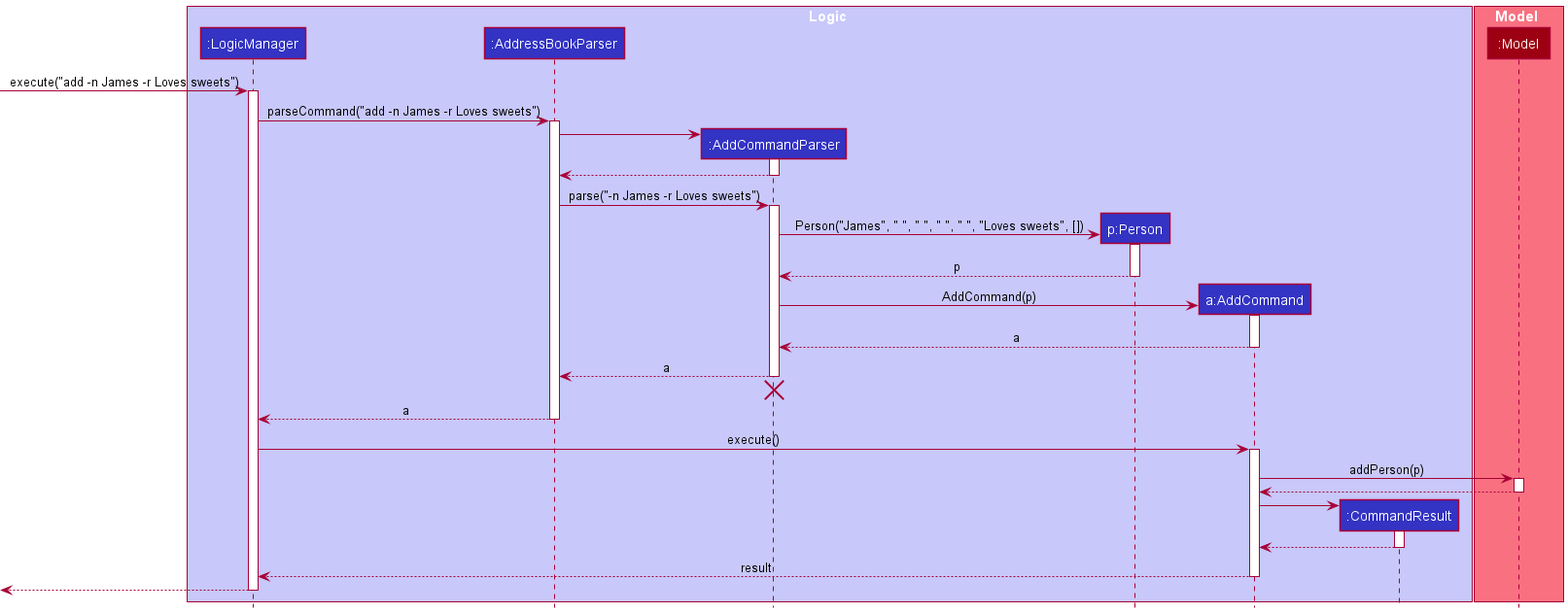
Above: docs/images/AddSequenceDiagram.png in nus-cs2103-AY2021S2/tp (PlantUML), before the change.
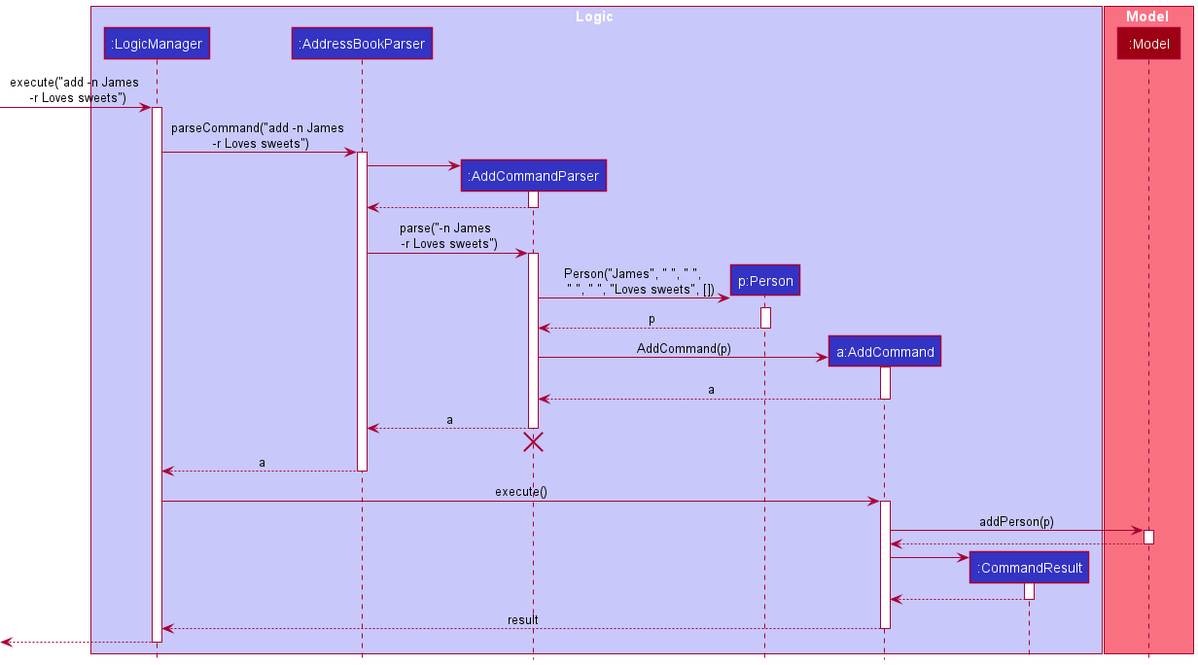
The same diagram one commit later.

Commit message:
Use double lines

Change to the diagram source:
```diff
@@ -14,10 +14,10 @@
 participant ":Model" as Model MODEL_COLOR
 end box
 
-[-> LogicManager : execute("add -n James -r Loves sweets")
+[-> LogicManager : execute("add -n James \n -r Loves sweets")
 activate LogicManager
 
-LogicManager -> AddressBookParser : parseCommand("add -n James -r Loves sweets")
+LogicManager -> AddressBookParser : parseCommand("add -n James \n -r Loves sweets")
 activate AddressBookParser
 
 create AddCommandParser
@@ -27,11 +27,11 @@
 AddCommandParser --> AddressBookParser
 deactivate AddCommandParser
 
-AddressBookParser -> AddCommandParser : parse("-n James -r Loves sweets")
+AddressBookParser -> AddCommandParser : parse("-n James \n -r Loves sweets")
 activate AddCommandParser
 
 create Person
-AddCommandParser -> Person: Person("James", " ", " ", " ", " ", "Loves sweets", [])
+AddCommandParser -> Person: Person("James", " ", " ", \n   " ", " ", "Loves sweets", [])
 activate Person
 
 Person --> AddCommandParser: p
```
